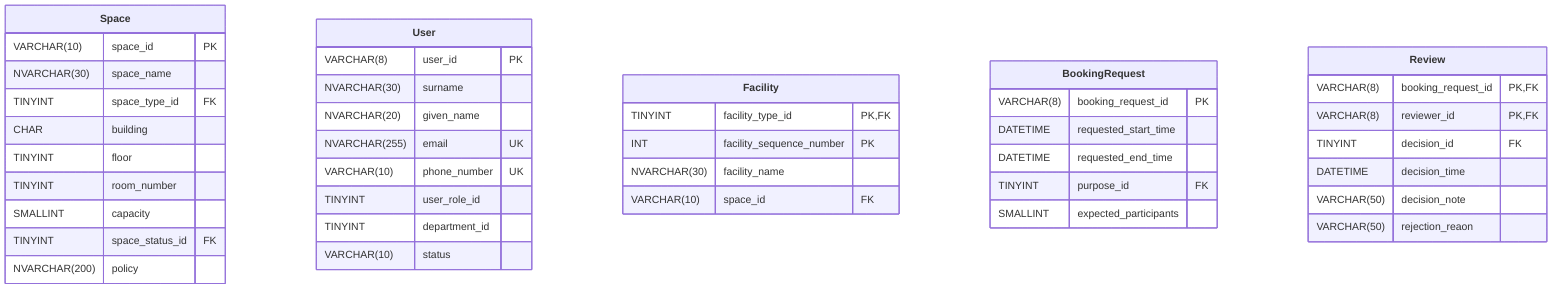
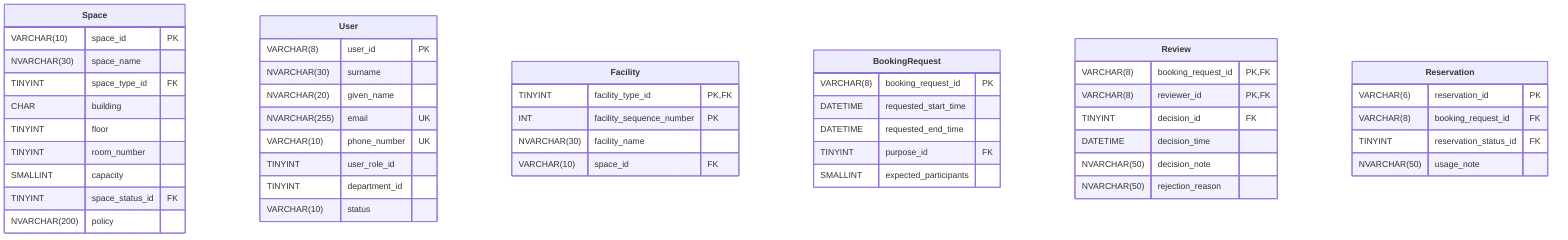
erDiagram

%% ENTITIES
**Space** {
- 	VARCHAR(10) space_id PK
- 	NVARCHAR(30) space_name
- 	TINYINT space_type_id FK
- 	CHAR building
- 	TINYINT floor
- 	TINYINT room_number
- 	SMALLINT capacity
- 	TINYINT space_status_id FK
- 	NVARCHAR(200) policy
+ 	VARCHAR(10) 	space_id 					PK
+ 	NVARCHAR(30) 	space_name
+ 	TINYINT 		space_type_id 				FK
+ 	CHAR 			building
+ 	TINYINT 		floor
+ 	TINYINT 		room_number
+ 	SMALLINT 		capacity
+ 	TINYINT 		space_status_id				FK
+ 	NVARCHAR(200) 	policy
}

**User** {
- 	VARCHAR(8) user_id PK
- 	NVARCHAR(30) surname
- 	NVARCHAR(20) given_name
- 	NVARCHAR(255) email UK
- 	VARCHAR(10) phone_number UK
- 	TINYINT user_role_id
- 	TINYINT department_id
- 	VARCHAR(10) status
+ 	VARCHAR(8) 		user_id 					PK
+ 	NVARCHAR(30) 	surname
+ 	NVARCHAR(20) 	given_name
+ 	NVARCHAR(255) 	email 						UK
+ 	VARCHAR(10) 	phone_number 				UK
+ 	TINYINT 		user_role_id
+ 	TINYINT 		department_id
+ 	VARCHAR(10) 	status
}

**Facility** {
- 	TINYINT facility_type_id PK, FK
- 	INT facility_sequence_number PK
- 	NVARCHAR(30) facility_name
- 	VARCHAR(10) space_id FK
+ 	TINYINT 		facility_type_id 			PK, FK
+ 	INT 			facility_sequence_number 	PK
+ 	NVARCHAR(30) 	facility_name
+ 	VARCHAR(10) 	space_id 					FK
}

**BookingRequest** {
- 	VARCHAR(8) booking_request_id PK
- 	DATETIME requested_start_time
- 	DATETIME requested_end_time
- 	TINYINT purpose_id FK
- 	SMALLINT expected_participants
+ 	VARCHAR(8) 		booking_request_id 			PK
+ 	DATETIME 		requested_start_time
+ 	DATETIME 		requested_end_time
+ 	TINYINT 		purpose_id 					FK
+ 	SMALLINT 		expected_participants
}

**Review** {
- 	VARCHAR(8) booking_request_id PK, FK
- 	VARCHAR(8) reviewer_id PK, FK
- 	TINYINT decision_id FK
- 	DATETIME decision_time
- 	VARCHAR(50) decision_note
- 	VARCHAR(50) rejection_reaon
+ 	VARCHAR(8) 		booking_request_id 			PK, FK
+ 	VARCHAR(8) 		reviewer_id 				PK, FK
+ 	TINYINT 		decision_id 				FK
+ 	DATETIME 		decision_time
+ 	NVARCHAR(50) 	decision_note
+ 	NVARCHAR(50) 	rejection_reason
+ }
+ 
+ **Reservation** {
+ 	VARCHAR(6) 		reservation_id 				PK
+ 	VARCHAR(8) 		booking_request_id 			FK
+ 	TINYINT 		reservation_status_id 		FK
+ 	NVARCHAR(50)	usage_note
}